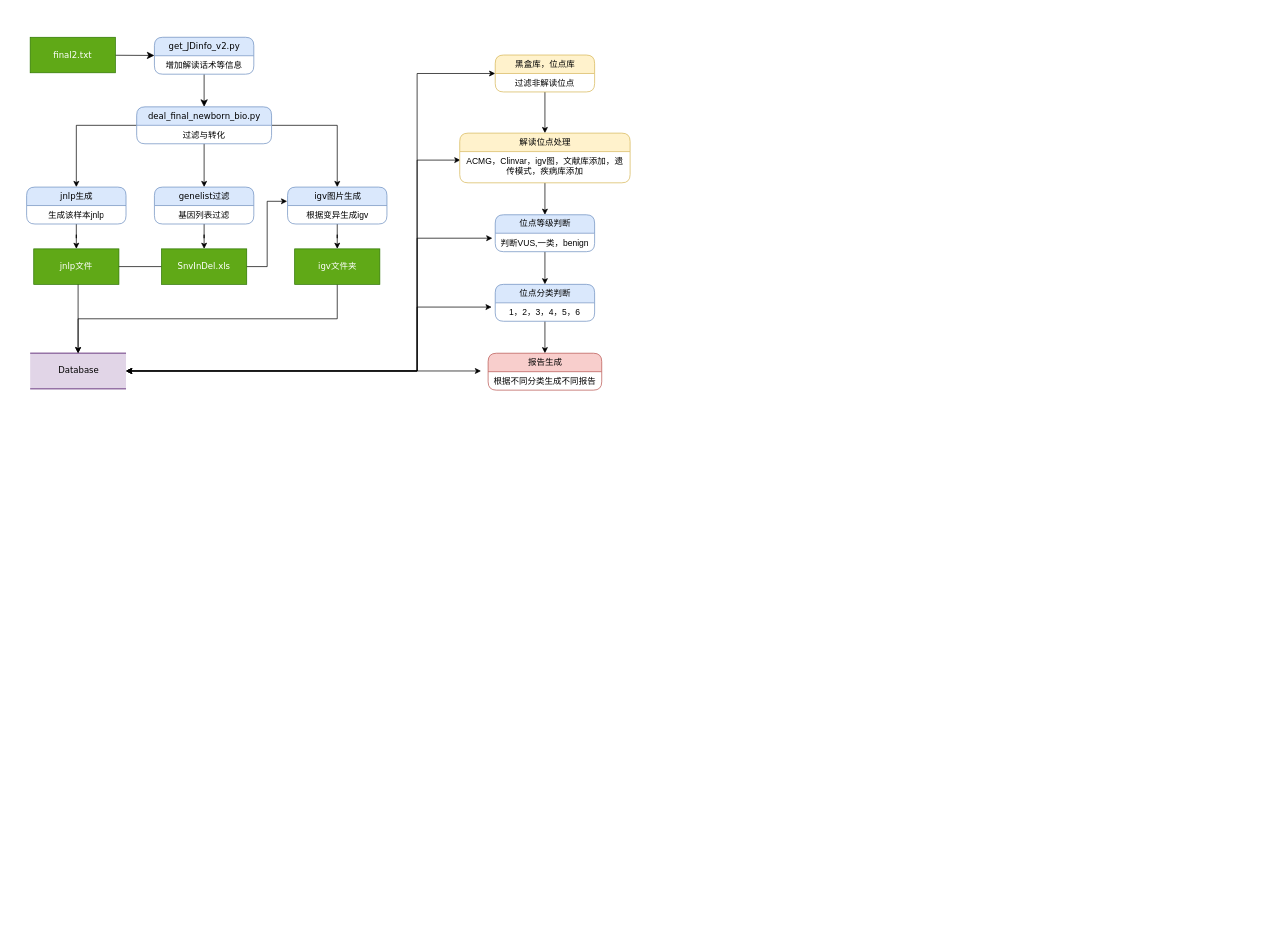
This is Untitled Diagram.drawio from kkshaxqd/pipline_contral, a draw.io file, before an edit. Source tidied: cells renumbered, new cells numbered last; positions are measured from the earlier drawing's top-left corner, leaving out a move shared by most shapes. Both pictures are drawn from the tidied source at 71%, with x=0, y=0 at pixel (26, 37).
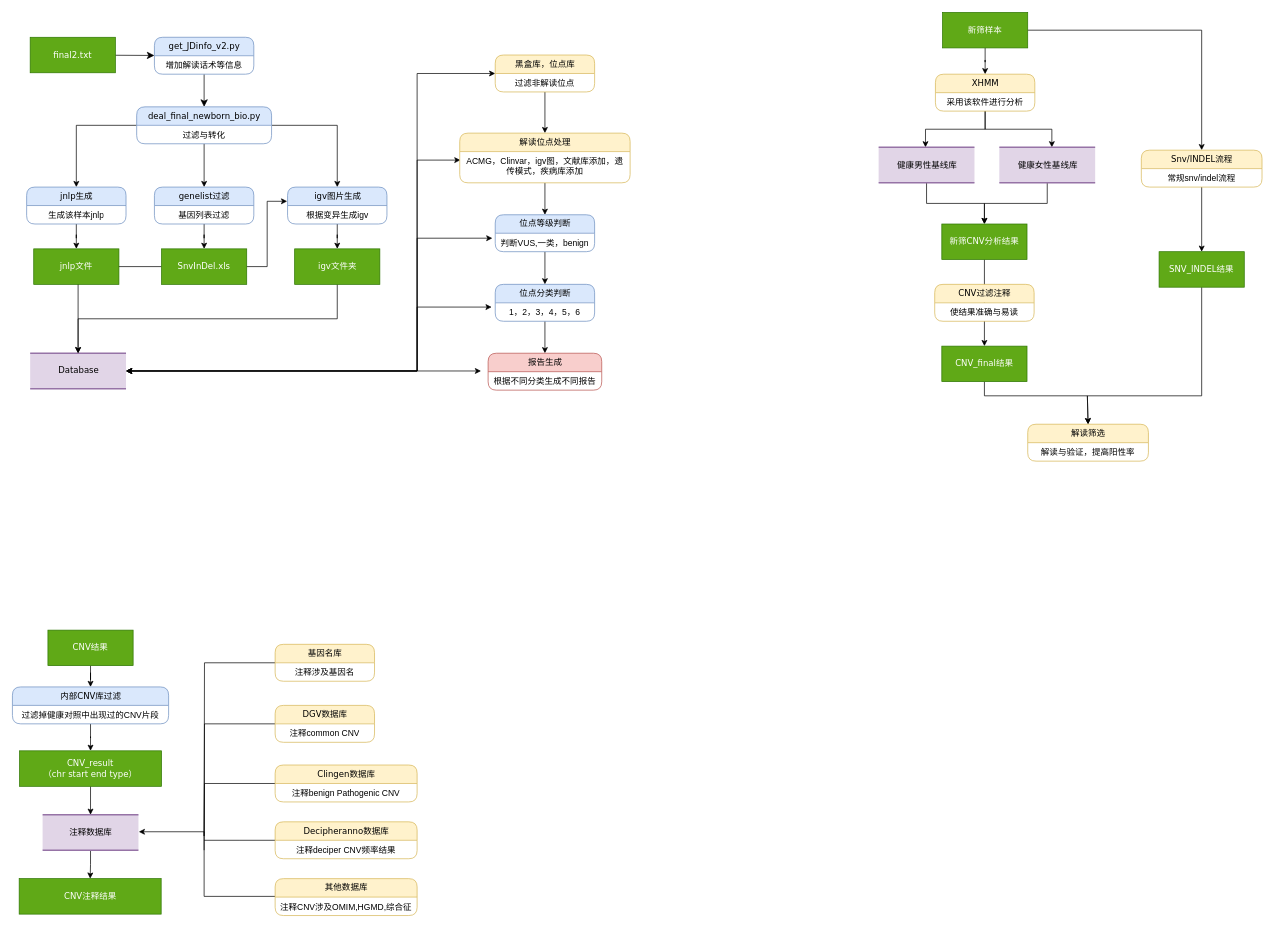
The same page after the edit.

Diff of the diagram source:
```diff
@@
+    <mxCell id="47" style="edgeStyle=orthogonalEdgeStyle;rounded=0;jettySize=auto;html=1;startArrow=none;startFill=0;entryX=0.5;entryY=0;entryDx=0;entryDy=0;" parent="1" edge="1" source="48" target="50">
+      <mxGeometry relative="1" as="geometry" />
+    </mxCell>
+    <mxCell id="48" value="CNV结果" style="whiteSpace=wrap;html=1;rounded=0;shadow=0;comic=0;labelBackgroundColor=none;strokeColor=#2D7600;strokeWidth=1;fillColor=#60a917;fontFamily=Verdana;fontSize=12;fontColor=#ffffff;align=center;" parent="1" vertex="1">
+      <mxGeometry x="30" y="835" width="120" height="50" as="geometry" />
+    </mxCell>
+    <mxCell id="49" style="edgeStyle=orthogonalEdgeStyle;rounded=0;jettySize=auto;html=1;startArrow=none;startFill=0;" parent="1" edge="1" source="50" target="53">
+      <mxGeometry relative="1" as="geometry" />
+    </mxCell>
+    <mxCell id="50" value="内部CNV库过滤" style="swimlane;html=1;fontStyle=0;horizontal=1;startSize=26;fillColor=#dae8fc;swimlaneFillColor=#ffffff;align=center;rounded=1;shadow=0;comic=0;labelBackgroundColor=none;strokeColor=#6c8ebf;strokeWidth=1;fontFamily=Verdana;fontSize=12;" parent="1" vertex="1">
+      <mxGeometry x="-20" y="915" width="220" height="52" as="geometry" />
+    </mxCell>
+    <mxCell id="51" value="过滤掉健康对照中出现过的CNV片段" style="text;html=1;strokeColor=none;fillColor=none;spacingLeft=4;spacingRight=4;whiteSpace=wrap;overflow=hidden;align=center;" parent="50" vertex="1">
+      <mxGeometry y="26" width="220" height="26" as="geometry" />
+    </mxCell>
+    <mxCell id="52" style="edgeStyle=orthogonalEdgeStyle;rounded=0;jettySize=auto;html=1;startArrow=none;startFill=0;" parent="1" edge="1" source="53" target="55">
+      <mxGeometry relative="1" as="geometry" />
+    </mxCell>
+    <mxCell id="53" value="CNV_result&lt;br&gt;（chr start end type）" style="whiteSpace=wrap;html=1;rounded=0;shadow=0;comic=0;labelBackgroundColor=none;strokeColor=#2D7600;strokeWidth=1;fillColor=#60a917;fontFamily=Verdana;fontSize=12;fontColor=#ffffff;align=center;" parent="1" vertex="1">
+      <mxGeometry x="-10" y="1005" width="200" height="50" as="geometry" />
+    </mxCell>
+    <mxCell id="54" style="edgeStyle=orthogonalEdgeStyle;rounded=0;jettySize=auto;html=1;startArrow=none;startFill=0;" parent="1" edge="1" source="55" target="68">
+      <mxGeometry relative="1" as="geometry" />
+    </mxCell>
+    <mxCell id="55" value="注释数据库" style="html=1;rounded=0;shadow=0;comic=0;labelBackgroundColor=none;strokeColor=#9673a6;strokeWidth=2;fillColor=#e1d5e7;fontFamily=Verdana;fontSize=12;align=center;shape=mxgraph.ios7ui.horLines;" parent="1" vertex="1">
+      <mxGeometry x="22.5" y="1095" width="135" height="50" as="geometry" />
+    </mxCell>
+    <mxCell id="56" style="edgeStyle=orthogonalEdgeStyle;rounded=0;jettySize=auto;html=1;startArrow=none;startFill=0;endArrow=none;endFill=0;" parent="1" edge="1" source="57">
+      <mxGeometry relative="1" as="geometry">
+        <mxPoint x="250" y="1145" as="targetPoint" />
+      </mxGeometry>
+    </mxCell>
+    <mxCell id="57" value="基因名库" style="swimlane;html=1;fontStyle=0;horizontal=1;startSize=26;fillColor=#fff2cc;swimlaneFillColor=#ffffff;align=center;rounded=1;shadow=0;comic=0;labelBackgroundColor=none;strokeColor=#d6b656;strokeWidth=1;fontFamily=Verdana;fontSize=12;" parent="1" vertex="1">
+      <mxGeometry x="350" y="855" width="140" height="52" as="geometry" />
+    </mxCell>
+    <mxCell id="58" value="注释涉及基因名" style="text;html=1;strokeColor=none;fillColor=none;spacingLeft=4;spacingRight=4;whiteSpace=wrap;overflow=hidden;align=center;" parent="57" vertex="1">
+      <mxGeometry y="26" width="140" height="26" as="geometry" />
+    </mxCell>
+    <mxCell id="59" style="edgeStyle=orthogonalEdgeStyle;rounded=0;jettySize=auto;html=1;startArrow=none;startFill=0;endArrow=none;endFill=0;" parent="1" edge="1" source="60">
+      <mxGeometry relative="1" as="geometry">
+        <mxPoint x="250" y="1125" as="targetPoint" />
+      </mxGeometry>
+    </mxCell>
+    <mxCell id="60" value="DGV数据库" style="swimlane;html=1;fontStyle=0;horizontal=1;startSize=26;fillColor=#fff2cc;swimlaneFillColor=#ffffff;align=center;rounded=1;shadow=0;comic=0;labelBackgroundColor=none;strokeColor=#d6b656;strokeWidth=1;fontFamily=Verdana;fontSize=12;" parent="1" vertex="1">
+      <mxGeometry x="350" y="941" width="140" height="52" as="geometry" />
+    </mxCell>
+    <mxCell id="61" value="注释common CNV" style="text;html=1;strokeColor=none;fillColor=none;spacingLeft=4;spacingRight=4;whiteSpace=wrap;overflow=hidden;align=center;" parent="60" vertex="1">
+      <mxGeometry y="26" width="140" height="26" as="geometry" />
+    </mxCell>
+    <mxCell id="62" style="edgeStyle=orthogonalEdgeStyle;rounded=0;jettySize=auto;html=1;startArrow=none;startFill=0;endArrow=none;endFill=0;" parent="1" edge="1" source="63">
+      <mxGeometry relative="1" as="geometry">
+        <mxPoint x="250" y="1125" as="targetPoint" />
+      </mxGeometry>
+    </mxCell>
+    <mxCell id="63" value="Clingen数据库" style="swimlane;html=1;fontStyle=0;horizontal=1;startSize=26;fillColor=#fff2cc;swimlaneFillColor=#ffffff;align=center;rounded=1;shadow=0;comic=0;labelBackgroundColor=none;strokeColor=#d6b656;strokeWidth=1;fontFamily=Verdana;fontSize=12;" parent="1" vertex="1">
+      <mxGeometry x="350" y="1025" width="200" height="52" as="geometry" />
+    </mxCell>
+    <mxCell id="64" value="注释benign&amp;nbsp;Pathogenic CNV" style="text;html=1;strokeColor=none;fillColor=none;spacingLeft=4;spacingRight=4;whiteSpace=wrap;overflow=hidden;align=center;" parent="63" vertex="1">
+      <mxGeometry y="26" width="200" height="26" as="geometry" />
+    </mxCell>
+    <mxCell id="65" style="edgeStyle=orthogonalEdgeStyle;rounded=0;jettySize=auto;html=1;startArrow=none;startFill=0;endArrow=none;endFill=0;" parent="1" edge="1" source="66">
+      <mxGeometry relative="1" as="geometry">
+        <mxPoint x="250" y="1131" as="targetPoint" />
+      </mxGeometry>
+    </mxCell>
+    <mxCell id="66" value="Decipheranno数据库" style="swimlane;html=1;fontStyle=0;horizontal=1;startSize=26;fillColor=#fff2cc;swimlaneFillColor=#ffffff;align=center;rounded=1;shadow=0;comic=0;labelBackgroundColor=none;strokeColor=#d6b656;strokeWidth=1;fontFamily=Verdana;fontSize=12;" parent="1" vertex="1">
+      <mxGeometry x="350" y="1105" width="200" height="52" as="geometry" />
+    </mxCell>
+    <mxCell id="67" value="注释deciper CNV频率结果" style="text;html=1;strokeColor=none;fillColor=none;spacingLeft=4;spacingRight=4;whiteSpace=wrap;overflow=hidden;align=center;" parent="66" vertex="1">
+      <mxGeometry y="26" width="200" height="26" as="geometry" />
+    </mxCell>
+    <mxCell id="68" value="CNV注释结果" style="whiteSpace=wrap;html=1;rounded=0;shadow=0;comic=0;labelBackgroundColor=none;strokeColor=#2D7600;strokeWidth=1;fillColor=#60a917;fontFamily=Verdana;fontSize=12;fontColor=#ffffff;align=center;" parent="1" vertex="1">
+      <mxGeometry x="-10.5" y="1185" width="200" height="50" as="geometry" />
+    </mxCell>
+    <mxCell id="69" style="edgeStyle=orthogonalEdgeStyle;rounded=0;orthogonalLoop=1;jettySize=auto;html=1;entryX=1.004;entryY=0.5;entryDx=0;entryDy=0;entryPerimeter=0;startArrow=none;startFill=0;" parent="1" edge="1">
+      <mxGeometry relative="1" as="geometry">
+        <mxPoint x="350" y="1210" as="sourcePoint" />
+        <mxPoint x="158" y="1119" as="targetPoint" />
+        <Array as="points">
+          <mxPoint x="250" y="1210" />
+          <mxPoint x="250" y="1119" />
+        </Array>
+      </mxGeometry>
+    </mxCell>
+    <mxCell id="70" value="其他数据库" style="swimlane;html=1;fontStyle=0;horizontal=1;startSize=26;fillColor=#fff2cc;swimlaneFillColor=#ffffff;align=center;rounded=1;shadow=0;comic=0;labelBackgroundColor=none;strokeColor=#d6b656;strokeWidth=1;fontFamily=Verdana;fontSize=12;" parent="1" vertex="1">
+      <mxGeometry x="350" y="1185" width="200" height="52" as="geometry" />
+    </mxCell>
+    <mxCell id="71" value="注释CNV涉及OMIM,HGMD,综合征" style="text;html=1;strokeColor=none;fillColor=none;spacingLeft=4;spacingRight=4;whiteSpace=wrap;overflow=hidden;align=center;" parent="70" vertex="1">
+      <mxGeometry y="26" width="200" height="26" as="geometry" />
+    </mxCell>
+    <mxCell id="72" style="edgeStyle=orthogonalEdgeStyle;rounded=0;jettySize=auto;html=1;startArrow=none;startFill=0;endArrow=classic;endFill=1;entryX=0.5;entryY=0;entryDx=0;entryDy=0;" parent="1" edge="1" source="74" target="77">
+      <mxGeometry relative="1" as="geometry" />
+    </mxCell>
+    <mxCell id="73" style="edgeStyle=orthogonalEdgeStyle;rounded=0;jettySize=auto;html=1;exitX=1;exitY=0.5;exitDx=0;exitDy=0;startArrow=none;startFill=0;endArrow=classic;endFill=1;" parent="1" edge="1" source="74" target="90">
+      <mxGeometry relative="1" as="geometry" />
+    </mxCell>
+    <mxCell id="74" value="新筛样本" style="whiteSpace=wrap;html=1;rounded=0;shadow=0;comic=0;labelBackgroundColor=none;strokeColor=#2D7600;strokeWidth=1;fillColor=#60a917;fontFamily=Verdana;fontSize=12;fontColor=#ffffff;align=center;" parent="1" vertex="1">
+      <mxGeometry x="1290" y="-35" width="120" height="50" as="geometry" />
+    </mxCell>
+    <mxCell id="75" style="edgeStyle=orthogonalEdgeStyle;rounded=0;jettySize=auto;html=1;entryX=0.489;entryY=0;entryDx=0;entryDy=0;entryPerimeter=0;startArrow=none;startFill=0;endArrow=classic;endFill=1;" parent="1" edge="1" source="77" target="80">
+      <mxGeometry relative="1" as="geometry" />
+    </mxCell>
+    <mxCell id="76" style="edgeStyle=orthogonalEdgeStyle;rounded=0;jettySize=auto;html=1;entryX=0.548;entryY=0;entryDx=0;entryDy=0;entryPerimeter=0;startArrow=none;startFill=0;endArrow=classic;endFill=1;" parent="1" edge="1" source="77" target="82">
+      <mxGeometry relative="1" as="geometry" />
+    </mxCell>
+    <mxCell id="77" value="XHMM" style="swimlane;html=1;fontStyle=0;horizontal=1;startSize=26;fillColor=#fff2cc;swimlaneFillColor=#ffffff;align=center;rounded=1;shadow=0;comic=0;labelBackgroundColor=none;strokeColor=#d6b656;strokeWidth=1;fontFamily=Verdana;fontSize=12;" parent="1" vertex="1">
+      <mxGeometry x="1280" y="52" width="140" height="52" as="geometry" />
+    </mxCell>
+    <mxCell id="78" value="采用该软件进行分析" style="text;html=1;strokeColor=none;fillColor=none;spacingLeft=4;spacingRight=4;whiteSpace=wrap;overflow=hidden;align=center;" parent="77" vertex="1">
+      <mxGeometry y="26" width="140" height="26" as="geometry" />
+    </mxCell>
+    <mxCell id="79" style="edgeStyle=orthogonalEdgeStyle;rounded=0;jettySize=auto;html=1;entryX=0.5;entryY=0;entryDx=0;entryDy=0;startArrow=none;startFill=0;endArrow=classic;endFill=1;" parent="1" edge="1" source="80" target="84">
+      <mxGeometry relative="1" as="geometry" />
+    </mxCell>
+    <mxCell id="80" value="健康男性基线库" style="html=1;rounded=0;shadow=0;comic=0;labelBackgroundColor=none;strokeColor=#9673a6;strokeWidth=2;fillColor=#e1d5e7;fontFamily=Verdana;fontSize=12;align=center;shape=mxgraph.ios7ui.horLines;" parent="1" vertex="1">
+      <mxGeometry x="1200" y="155" width="135" height="50" as="geometry" />
+    </mxCell>
+    <mxCell id="81" style="edgeStyle=orthogonalEdgeStyle;rounded=0;jettySize=auto;html=1;startArrow=none;startFill=0;endArrow=classic;endFill=1;" parent="1" edge="1" source="82" target="84">
+      <mxGeometry relative="1" as="geometry" />
+    </mxCell>
+    <mxCell id="82" value="健康女性基线库" style="html=1;rounded=0;shadow=0;comic=0;labelBackgroundColor=none;strokeColor=#9673a6;strokeWidth=2;fillColor=#e1d5e7;fontFamily=Verdana;fontSize=12;align=center;shape=mxgraph.ios7ui.horLines;" parent="1" vertex="1">
+      <mxGeometry x="1370" y="155" width="135" height="50" as="geometry" />
+    </mxCell>
+    <mxCell id="83" style="edgeStyle=orthogonalEdgeStyle;rounded=0;jettySize=auto;html=1;startArrow=none;startFill=0;endArrow=classic;endFill=1;" parent="1" edge="1" source="84" target="86">
+      <mxGeometry relative="1" as="geometry" />
+    </mxCell>
+    <mxCell id="84" value="新筛CNV分析结果" style="whiteSpace=wrap;html=1;rounded=0;shadow=0;comic=0;labelBackgroundColor=none;strokeColor=#2D7600;strokeWidth=1;fillColor=#60a917;fontFamily=Verdana;fontSize=12;fontColor=#ffffff;align=center;" parent="1" vertex="1">
+      <mxGeometry x="1289" y="263" width="120" height="50" as="geometry" />
+    </mxCell>
+    <mxCell id="85" style="edgeStyle=orthogonalEdgeStyle;rounded=0;jettySize=auto;html=1;entryX=0.5;entryY=0;entryDx=0;entryDy=0;startArrow=none;startFill=0;endArrow=classic;endFill=1;" parent="1" edge="1" source="86" target="94">
+      <mxGeometry relative="1" as="geometry">
+        <Array as="points">
+          <mxPoint x="1349" y="505" />
+          <mxPoint x="1494" y="505" />
+        </Array>
+      </mxGeometry>
+    </mxCell>
+    <mxCell id="86" value="CNV_final结果" style="whiteSpace=wrap;html=1;rounded=0;shadow=0;comic=0;labelBackgroundColor=none;strokeColor=#2D7600;strokeWidth=1;fillColor=#60a917;fontFamily=Verdana;fontSize=12;fontColor=#ffffff;align=center;" parent="1" vertex="1">
+      <mxGeometry x="1289" y="435" width="120" height="50" as="geometry" />
+    </mxCell>
+    <mxCell id="87" value="CNV过滤注释" style="swimlane;html=1;fontStyle=0;horizontal=1;startSize=26;fillColor=#fff2cc;swimlaneFillColor=#ffffff;align=center;rounded=1;shadow=0;comic=0;labelBackgroundColor=none;strokeColor=#d6b656;strokeWidth=1;fontFamily=Verdana;fontSize=12;" parent="1" vertex="1">
+      <mxGeometry x="1279" y="348" width="140" height="52" as="geometry" />
+    </mxCell>
+    <mxCell id="88" value="使结果准确与易读" style="text;html=1;strokeColor=none;fillColor=none;spacingLeft=4;spacingRight=4;whiteSpace=wrap;overflow=hidden;align=center;" parent="87" vertex="1">
+      <mxGeometry y="26" width="140" height="26" as="geometry" />
+    </mxCell>
+    <mxCell id="89" style="edgeStyle=orthogonalEdgeStyle;rounded=0;jettySize=auto;html=1;startArrow=none;startFill=0;endArrow=classic;endFill=1;entryX=0.5;entryY=0;entryDx=0;entryDy=0;" parent="1" edge="1" source="90" target="93">
+      <mxGeometry relative="1" as="geometry" />
+    </mxCell>
+    <mxCell id="90" value="Snv/INDEL流程" style="swimlane;html=1;fontStyle=0;horizontal=1;startSize=26;fillColor=#fff2cc;swimlaneFillColor=#ffffff;align=center;rounded=1;shadow=0;comic=0;labelBackgroundColor=none;strokeColor=#d6b656;strokeWidth=1;fontFamily=Verdana;fontSize=12;" parent="1" vertex="1">
+      <mxGeometry x="1570" y="159" width="170" height="52" as="geometry" />
+    </mxCell>
+    <mxCell id="91" value="常规snv/indel流程" style="text;html=1;strokeColor=none;fillColor=none;spacingLeft=4;spacingRight=4;whiteSpace=wrap;overflow=hidden;align=center;" parent="90" vertex="1">
+      <mxGeometry y="26" width="170" height="26" as="geometry" />
+    </mxCell>
+    <mxCell id="92" style="edgeStyle=orthogonalEdgeStyle;rounded=0;jettySize=auto;html=1;entryX=0.5;entryY=0;entryDx=0;entryDy=0;startArrow=none;startFill=0;endArrow=classic;endFill=1;exitX=0.5;exitY=1;exitDx=0;exitDy=0;" parent="1" edge="1" source="93" target="94">
+      <mxGeometry relative="1" as="geometry">
+        <Array as="points">
+          <mxPoint x="1655" y="505" />
+          <mxPoint x="1494" y="505" />
+        </Array>
+      </mxGeometry>
+    </mxCell>
+    <mxCell id="93" value="SNV_INDEL结果" style="whiteSpace=wrap;html=1;rounded=0;shadow=0;comic=0;labelBackgroundColor=none;strokeColor=#2D7600;strokeWidth=1;fillColor=#60a917;fontFamily=Verdana;fontSize=12;fontColor=#ffffff;align=center;" parent="1" vertex="1">
+      <mxGeometry x="1595" y="302" width="120" height="50" as="geometry" />
+    </mxCell>
+    <mxCell id="94" value="解读筛选" style="swimlane;html=1;fontStyle=0;horizontal=1;startSize=26;fillColor=#fff2cc;swimlaneFillColor=#ffffff;align=center;rounded=1;shadow=0;comic=0;labelBackgroundColor=none;strokeColor=#d6b656;strokeWidth=1;fontFamily=Verdana;fontSize=12;" parent="1" vertex="1">
+      <mxGeometry x="1410" y="545" width="170" height="52" as="geometry" />
+    </mxCell>
+    <mxCell id="95" value="解读与验证，提高阳性率" style="text;html=1;strokeColor=none;fillColor=none;spacingLeft=4;spacingRight=4;whiteSpace=wrap;overflow=hidden;align=center;" parent="94" vertex="1">
+      <mxGeometry y="26" width="170" height="26" as="geometry" />
+    </mxCell>
```
